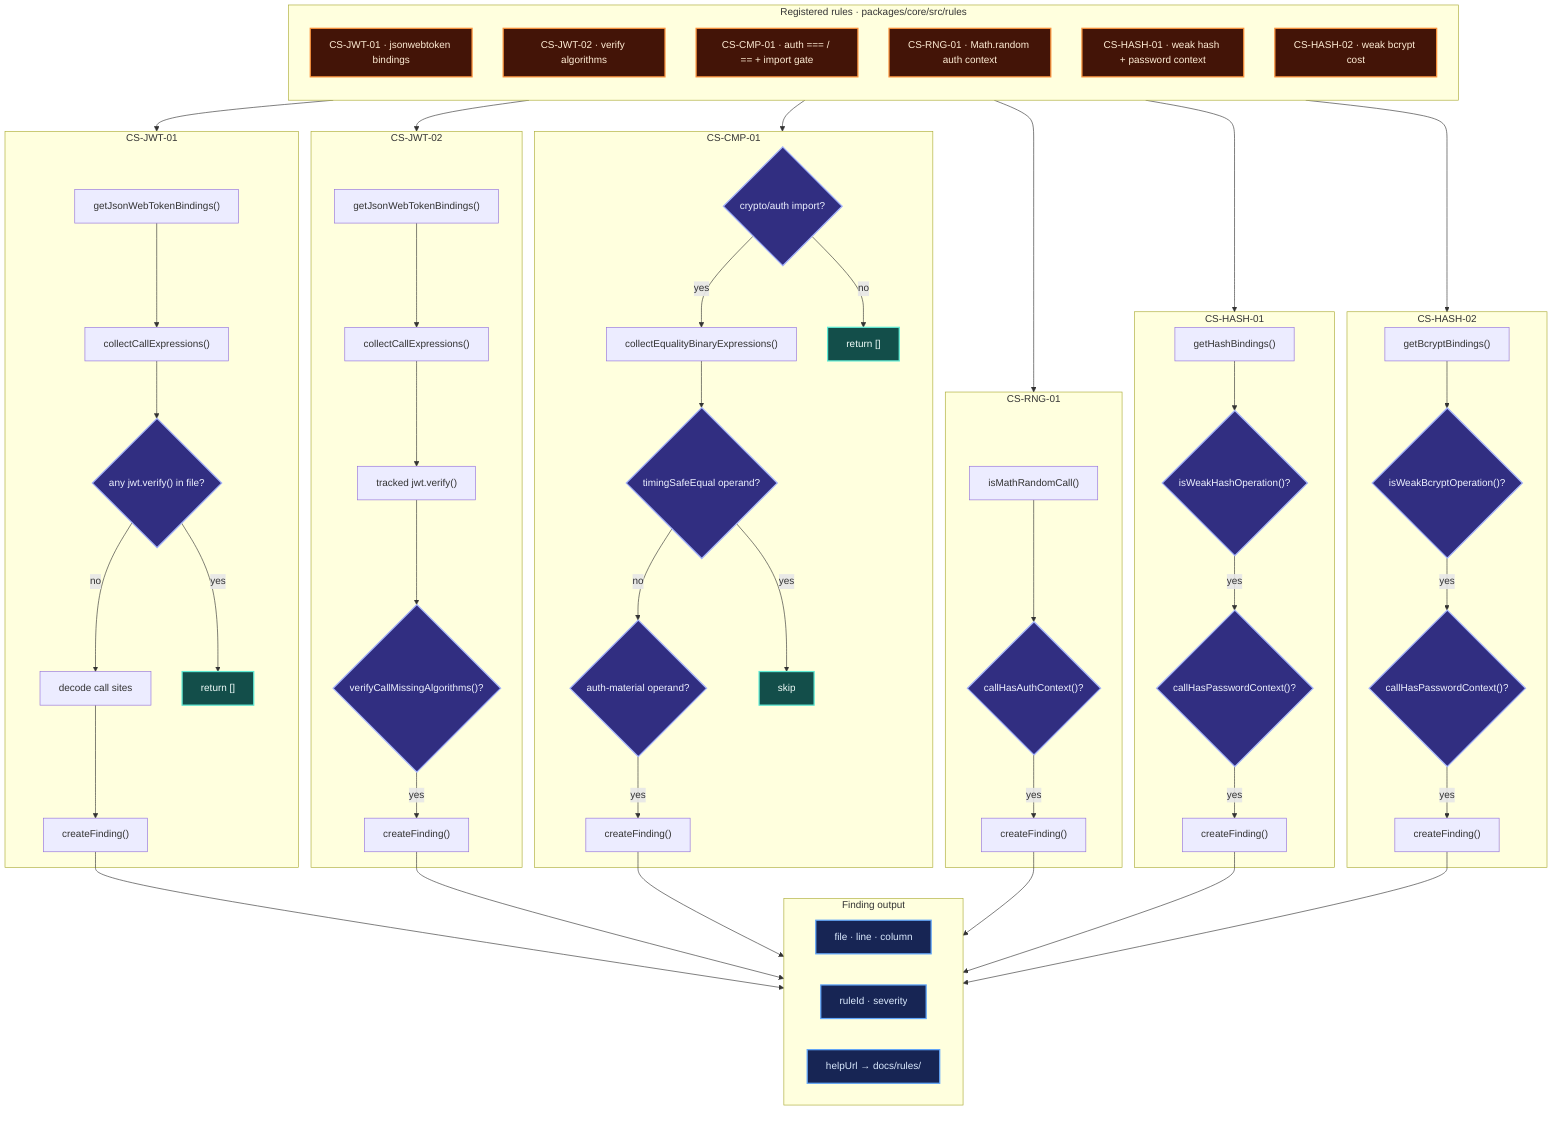
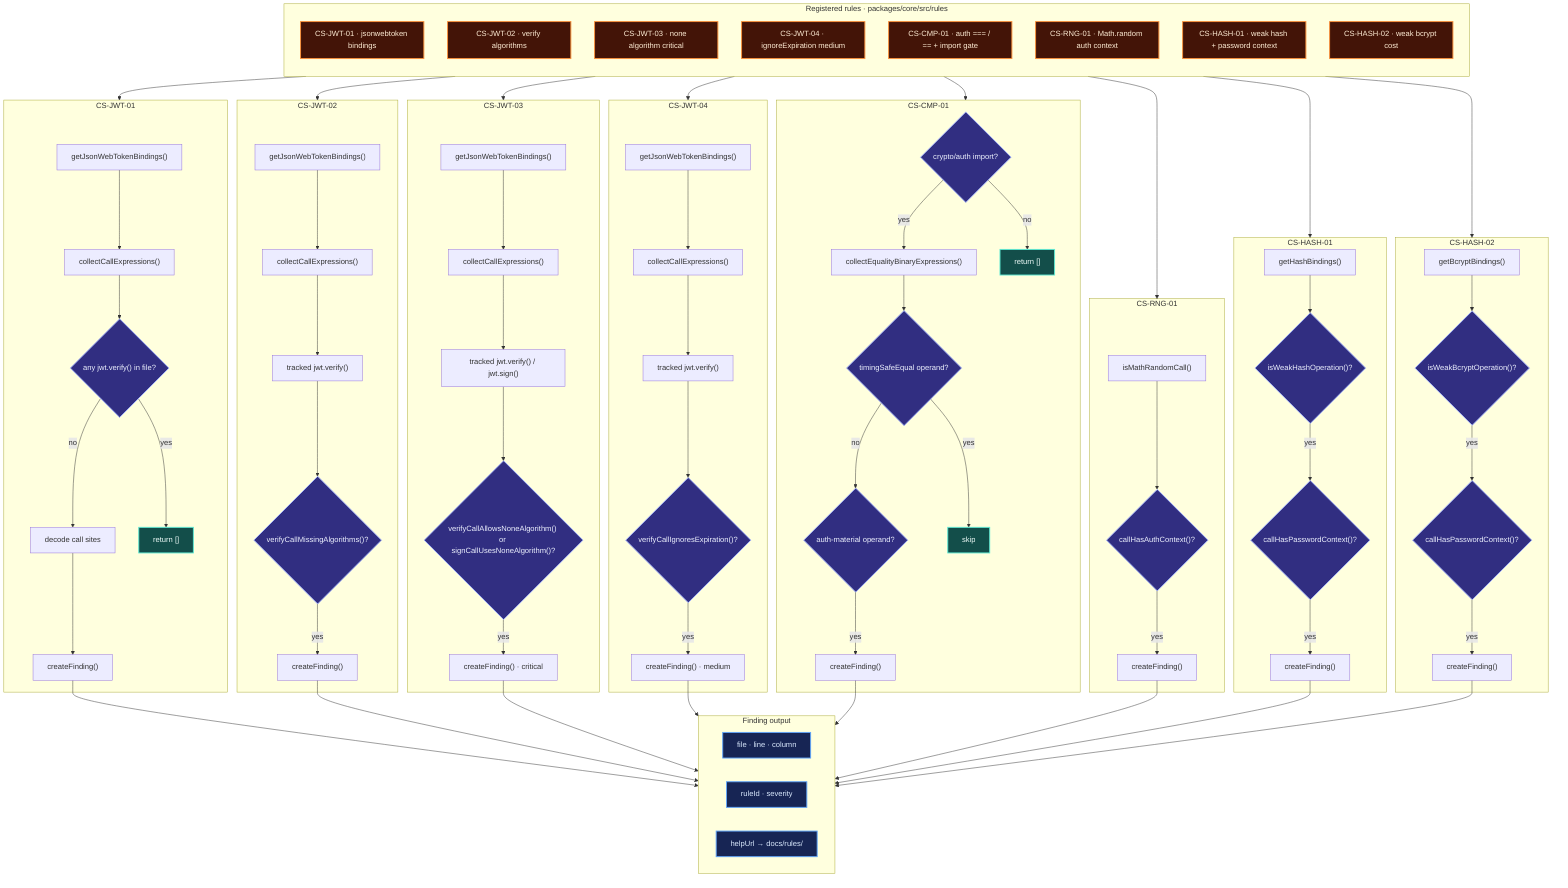
flowchart TB
	subgraph RULES["Registered rules · packages/core/src/rules"]
		direction TB
		JWT["CS-JWT-01 · jsonwebtoken bindings"]
		JWT2["CS-JWT-02 · verify algorithms"]
+ 		JWT3["CS-JWT-03 · none algorithm critical"]
+ 		JWT4["CS-JWT-04 · ignoreExpiration medium"]
		CMP["CS-CMP-01 · auth === / == + import gate"]
		RNG["CS-RNG-01 · Math.random auth context"]
		HASH["CS-HASH-01 · weak hash + password context"]
		HASH2["CS-HASH-02 · weak bcrypt cost"]
	end

	subgraph JWT_FLOW["CS-JWT-01"]
		BIND["getJsonWebTokenBindings()"]
		WALK["collectCallExpressions()"]
		VERIFY{"any jwt.verify() in file?"}
		DECODE["decode call sites"]
		BIND --> WALK --> VERIFY
		VERIFY -->|yes| JCLEAN["return []"]
		VERIFY -->|no| DECODE --> JFIND["createFinding()"]
	end

	subgraph JWT2_FLOW["CS-JWT-02"]
		BIND2["getJsonWebTokenBindings()"]
		WALK2["collectCallExpressions()"]
		VMATCH["tracked jwt.verify()"]
		VALG{"verifyCallMissingAlgorithms()?"}
		BIND2 --> WALK2 --> VMATCH --> VALG
		VALG -->|yes| J2FIND["createFinding()"]
+ 	end
+ 
+ 	subgraph JWT3_FLOW["CS-JWT-03"]
+ 		BIND3["getJsonWebTokenBindings()"]
+ 		WALK3["collectCallExpressions()"]
+ 		VSMATCH["tracked jwt.verify() / jwt.sign()"]
+ 		VNONE{"verifyCallAllowsNoneAlgorithm() or signCallUsesNoneAlgorithm()?"}
+ 		BIND3 --> WALK3 --> VSMATCH --> VNONE
+ 		VNONE -->|yes| J3FIND["createFinding() · critical"]
+ 	end
+ 
+ 	subgraph JWT4_FLOW["CS-JWT-04"]
+ 		BIND4["getJsonWebTokenBindings()"]
+ 		WALK4["collectCallExpressions()"]
+ 		VMATCH4["tracked jwt.verify()"]
+ 		VEXP{"verifyCallIgnoresExpiration()?"}
+ 		BIND4 --> WALK4 --> VMATCH4 --> VEXP
+ 		VEXP -->|yes| J4FIND["createFinding() · medium"]
	end

	subgraph CMP_FLOW["CS-CMP-01"]
		GATE{"crypto/auth import?"}
		BIN["collectEqualityBinaryExpressions()"]
		AUTH{"auth-material operand?"}
		SAFE{"timingSafeEqual operand?"}
		GATE -->|no| CCLEAN["return []"]
		GATE -->|yes| BIN --> SAFE
		SAFE -->|yes| CSKIP["skip"]
		SAFE -->|no| AUTH -->|yes| CFIND["createFinding()"]
	end

	subgraph RNG_FLOW["CS-RNG-01"]
		MR["isMathRandomCall()"]
		CTX{"callHasAuthContext()?"}
		MR --> CTX
		CTX -->|yes| RFIND["createFinding()"]
	end

	subgraph HASH_FLOW["CS-HASH-01"]
		HBIND["getHashBindings()"]
		WEAK{"isWeakHashOperation()?"}
		PWD{"callHasPasswordContext()?"}
		HBIND --> WEAK
		WEAK -->|yes| PWD
		PWD -->|yes| HFIND["createFinding()"]
	end

	subgraph HASH2_FLOW["CS-HASH-02"]
		BBIND["getBcryptBindings()"]
		COST{"isWeakBcryptOperation()?"}
		PWD2{"callHasPasswordContext()?"}
		BBIND --> COST
		COST -->|yes| PWD2
		PWD2 -->|yes| H2FIND["createFinding()"]
	end

	subgraph REPORT["Finding output"]
		direction LR
		LOC["file · line · column"]
		MSG["ruleId · severity"]
		DOC["helpUrl → docs/rules/"]
	end

	JWT --> JWT_FLOW
	JWT2 --> JWT2_FLOW
+ 	JWT3 --> JWT3_FLOW
+ 	JWT4 --> JWT4_FLOW
	CMP --> CMP_FLOW
	RNG --> RNG_FLOW
	HASH --> HASH_FLOW
	HASH2 --> HASH2_FLOW
	JFIND --> REPORT
	J2FIND --> REPORT
+ 	J3FIND --> REPORT
+ 	J4FIND --> REPORT
	CFIND --> REPORT
	RFIND --> REPORT
	HFIND --> REPORT
	H2FIND --> REPORT

	classDef rule fill:#431407,stroke:#fb923c,stroke-width:2px,color:#ffedd5
	classDef decision fill:#312e81,stroke:#a5b4fc,stroke-width:2px,color:#eef2ff
	classDef clean fill:#134e4a,stroke:#5eead4,stroke-width:2px,color:#f0fdfa
	classDef report fill:#172554,stroke:#60a5fa,stroke-width:2px,color:#dbeafe

- 	class JWT,JWT2,CMP,RNG,HASH,HASH2 rule
- 	class VERIFY,GATE,AUTH,SAFE,CTX,WEAK,PWD,COST,PWD2,VALG decision
+ 	class JWT,JWT2,JWT3,JWT4,CMP,RNG,HASH,HASH2 rule
+ 	class VERIFY,GATE,AUTH,SAFE,CTX,WEAK,PWD,COST,PWD2,VALG,VNONE,VEXP decision
	class JCLEAN,CCLEAN,CSKIP clean
	class LOC,MSG,DOC report
